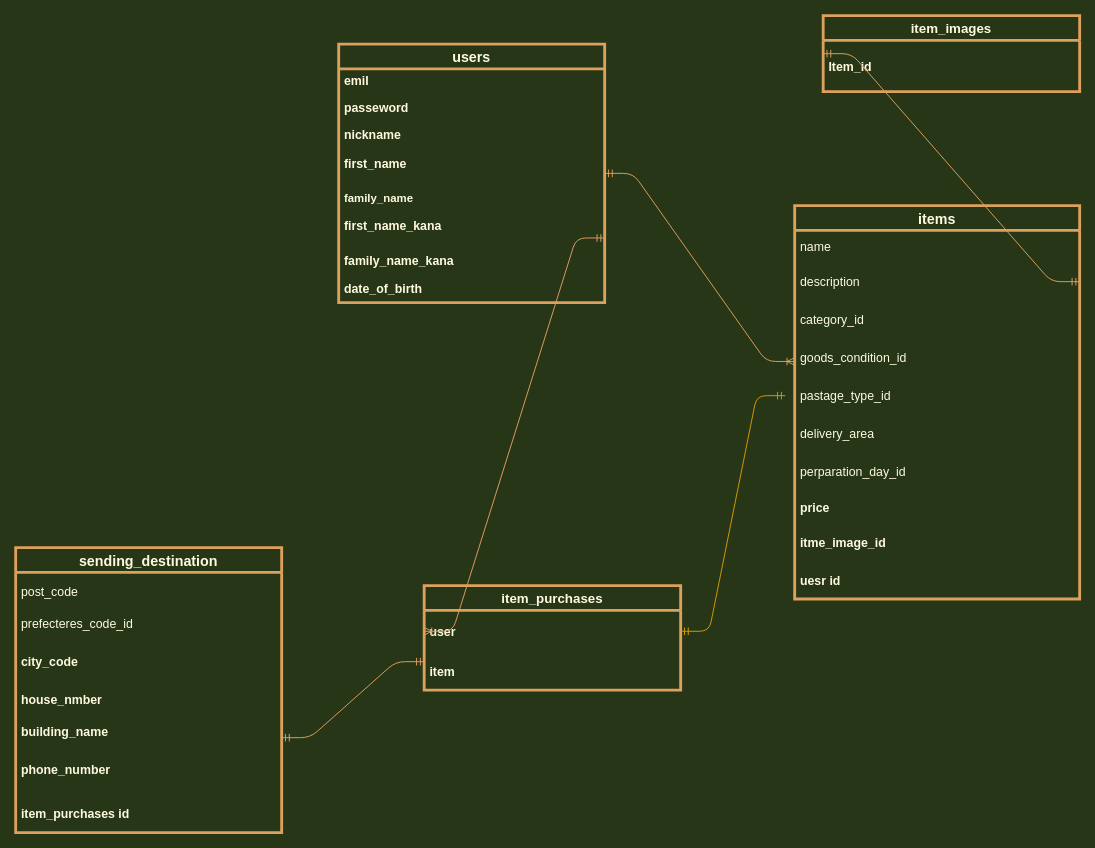
This is er.dio from haruki-kouda/furima-30455, a draw.io file, before an edit. Source tidied: cells renumbered, new cells numbered last; positions are measured from the earlier drawing's top-left corner, leaving out a move shared by most shapes. Both pictures are drawn from the tidied source at 95%, with x=0, y=0 at pixel (15, 15).
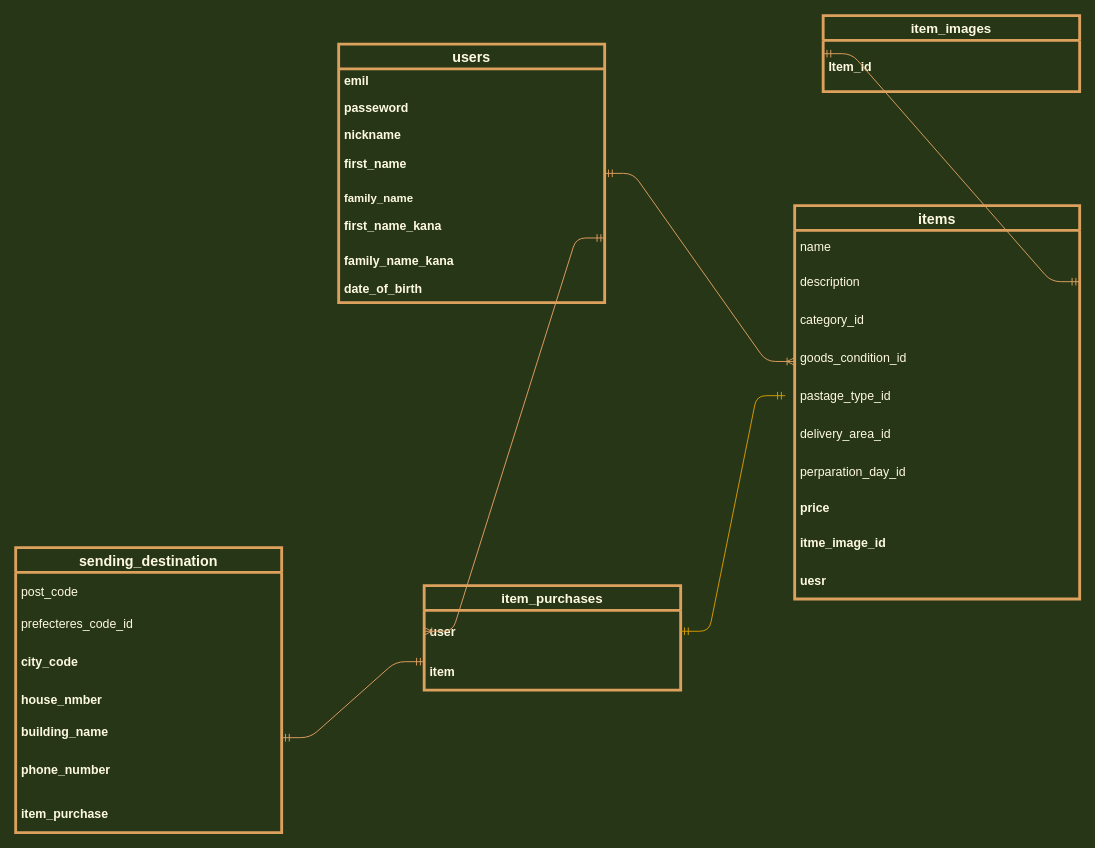
After the change.

Commit message:
ER図のみの修正 2

The change refers to these unchanged cells:
```xml
<mxCell id="2" value="items" style="swimlane;fontStyle=1;horizontal=1;startSize=26;fillColor=none;strokeColor=#DDA15E;fontFamily=Helvetica;fontSize=15;strokeWidth=3;arcSize=15;fontColor=#FEFAE0;" parent="1" vertex="1">
  <mxGeometry x="820" y="200" width="300" height="414" as="geometry" />
</mxCell>
<mxCell id="27" value="sending_destination" style="swimlane;fontStyle=1;horizontal=1;startSize=26;fillColor=none;strokeWidth=3;fontSize=15;arcSize=15;strokeColor=#DDA15E;fontColor=#FEFAE0;" parent="1" vertex="1">
  <mxGeometry y="560" width="280" height="300" as="geometry" />
</mxCell>
```

The edit, as a diff of the source:
```diff
@@
-    <mxCell id="8" value="delivery_area" style="text;strokeColor=none;fillColor=none;align=left;verticalAlign=middle;spacingLeft=4;spacingRight=4;overflow=hidden;strokeWidth=3;arcSize=15;fontSize=13;fontColor=#FEFAE0;" parent="2" vertex="1">
+    <mxCell id="8" value="delivery_area_id" style="text;strokeColor=none;fillColor=none;align=left;verticalAlign=middle;spacingLeft=4;spacingRight=4;overflow=hidden;strokeWidth=3;arcSize=15;fontSize=13;fontColor=#FEFAE0;" parent="2" vertex="1">
       <mxGeometry y="220" width="300" height="40" as="geometry" />
     </mxCell>
@@
-    <mxCell id="12" value="uesr id" style="text;strokeColor=none;fillColor=none;align=left;verticalAlign=middle;spacingLeft=4;spacingRight=4;overflow=hidden;strokeWidth=3;fontStyle=1;arcSize=15;fontSize=13;fontColor=#FEFAE0;" parent="2" vertex="1">
+    <mxCell id="12" value="uesr " style="text;strokeColor=none;fillColor=none;align=left;verticalAlign=middle;spacingLeft=4;spacingRight=4;overflow=hidden;strokeWidth=3;fontStyle=1;arcSize=15;fontSize=13;fontColor=#FEFAE0;" parent="2" vertex="1">
       <mxGeometry y="374" width="300" height="40" as="geometry" />
     </mxCell>
@@
-    <mxCell id="34" value="item_purchases id" style="text;strokeColor=none;fillColor=none;align=left;verticalAlign=middle;spacingLeft=4;spacingRight=4;overflow=hidden;strokeWidth=3;fontStyle=1;arcSize=15;fontSize=13;fontColor=#FEFAE0;" parent="27" vertex="1">
+    <mxCell id="34" value="item_purchase" style="text;strokeColor=none;fillColor=none;align=left;verticalAlign=middle;spacingLeft=4;spacingRight=4;overflow=hidden;strokeWidth=3;fontStyle=1;arcSize=15;fontSize=13;fontColor=#FEFAE0;" parent="27" vertex="1">
       <mxGeometry y="260" width="280" height="40" as="geometry" />
     </mxCell>
```
